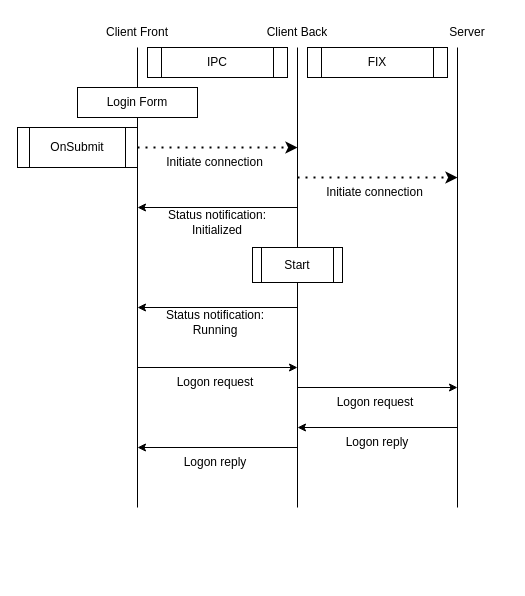
Above: page "IPC protocol" (3 of 3) of schema.drawio in DipStax/FIX4.2-protocol (draw.io), before the change. Source tidied: cells renumbered, new cells numbered last; positions are measured from the earlier drawing's top-left corner, leaving out a move shared by most shapes. Both pictures are drawn from the tidied source at 100%, with x=0, y=0 at pixel (17, 17).
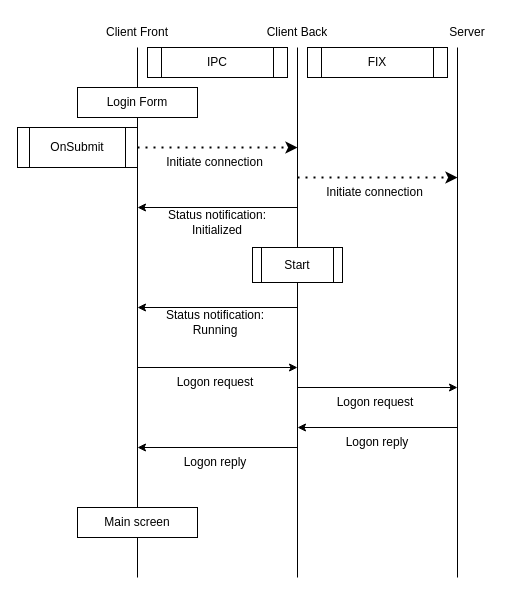
The same diagram, later.

Diff of the diagram source:
```diff
@@
     <mxCell id="2" style="endArrow=none;html=1;" parent="1" edge="1">
       <mxGeometry relative="1" as="geometry">
-        <mxPoint x="120" y="490" as="sourcePoint" />
+        <mxPoint x="120" y="560" as="sourcePoint" />
         <mxPoint x="120" y="30" as="targetPoint" />
       </mxGeometry>
     </mxCell>
     <mxCell id="3" style="endArrow=none;html=1;" parent="1" edge="1">
       <mxGeometry relative="1" as="geometry">
-        <mxPoint x="280" y="490" as="sourcePoint" />
+        <mxPoint x="280" y="560" as="sourcePoint" />
         <mxPoint x="280" y="30" as="targetPoint" />
       </mxGeometry>
     </mxCell>
     <mxCell id="4" style="endArrow=none;html=1;" parent="1" edge="1">
       <mxGeometry relative="1" as="geometry">
-        <mxPoint x="440" y="490" as="sourcePoint" />
+        <mxPoint x="440" y="560" as="sourcePoint" />
         <mxPoint x="440" y="30" as="targetPoint" />
       </mxGeometry>
     </mxCell>
@@
+    <mxCell id="29" value="Main screen" style="rounded=0;whiteSpace=wrap;html=1;" parent="1" vertex="1">
+      <mxGeometry x="60" y="490" width="120" height="30" as="geometry" />
+    </mxCell>
```
